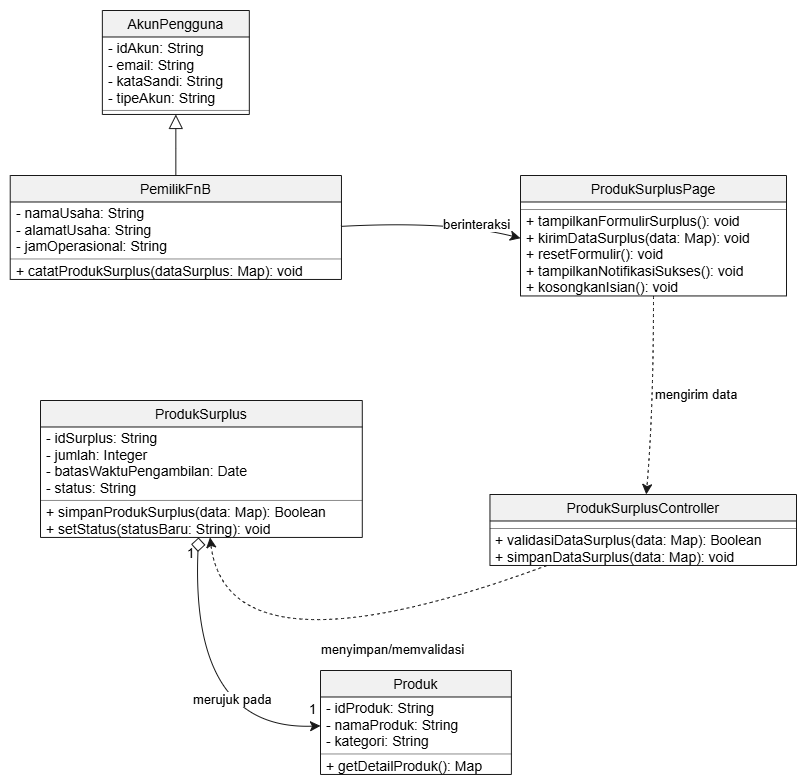
The draw.io diagram docs/M8/assets/diagram/Gambar 3.6.3. Diagram Kelas Mencatat Produk Surplus.png in Edbertf/IF2150-RPL-K03-G08, before a commit. Source tidied: cells renumbered, new cells last; positions are measured from the earlier drawing's top-left corner, leaving out a move shared by most shapes.
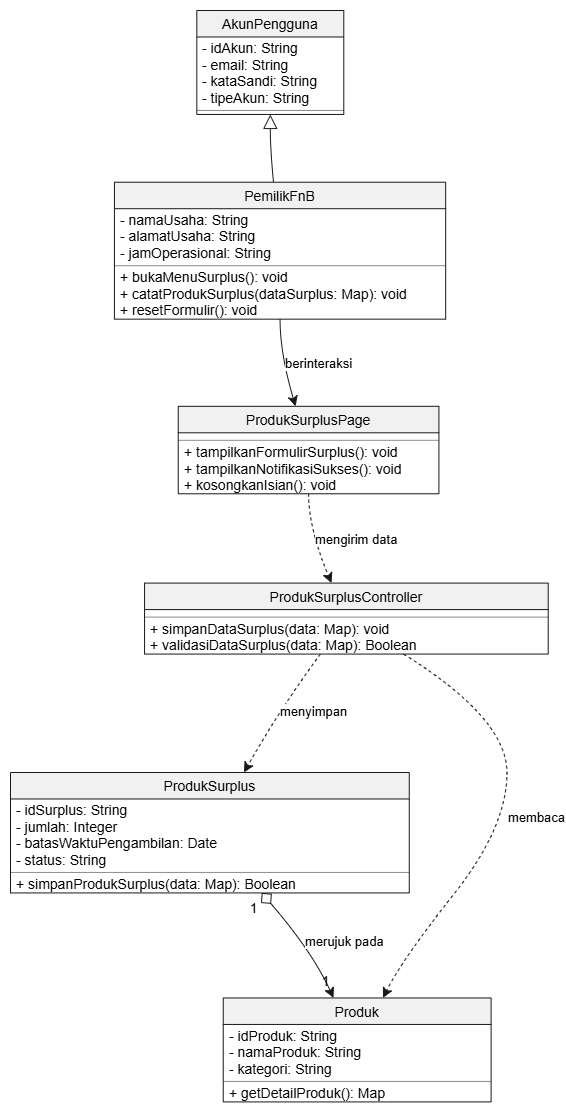
The same diagram one commit later.

Change to the diagram source:
```diff
@@ -6,7 +6,7 @@
       <mxGeometry as="geometry" />
     </mxCell>
     <mxCell id="3" value="AkunPengguna" style="swimlane;fontStyle=0;align=center;fontSize=14;fontColor=#000000;startSize=26.49;spacingLeft=0;fillColor=#F1F1F1;strokeColor=#181818;horizontal=1;" parent="2" vertex="1">
-      <mxGeometry x="111.9" y="30" width="147" height="104" as="geometry" />
+      <mxGeometry x="216.3" y="30" width="147" height="104" as="geometry" />
     </mxCell>
     <mxCell id="4" value="- idAkun: String" style="text;html=1;align=left;verticalAlign=middle;spacingLeft=4;spacingRight=4;fillColor=none;strokeColor=none;fontSize=14;fontColor=#000000;fontStyle=0;whiteSpace=wrap;" parent="3" vertex="1">
       <mxGeometry y="30" width="147" height="16.5" as="geometry" />
@@ -24,7 +24,7 @@
       <mxGeometry y="96" width="147" height="8" as="geometry" />
     </mxCell>
     <mxCell id="9" value="PemilikFnB" style="swimlane;fontStyle=0;align=center;fontSize=14;fontColor=#000000;startSize=26.49;spacingLeft=0;fillColor=#F1F1F1;strokeColor=#181818;horizontal=1;" parent="2" vertex="1">
-      <mxGeometry x="19.7" y="195" width="331.2" height="104" as="geometry" />
+      <mxGeometry x="133.9" y="201.7" width="331.2" height="136.9" as="geometry" />
     </mxCell>
     <mxCell id="10" value="- namaUsaha: String" style="text;html=1;align=left;verticalAlign=middle;spacingLeft=4;spacingRight=4;fillColor=none;strokeColor=none;fontSize=14;fontColor=#000000;fontStyle=0;whiteSpace=wrap;" parent="9" vertex="1">
       <mxGeometry y="30" width="331.2" height="16.5" as="geometry" />
@@ -38,129 +38,134 @@
     <mxCell id="13" style="line;strokeWidth=0.5;strokeColor=#181818;fillColor=none;align=left;verticalAlign=middle;labelPosition=right;" parent="9" vertex="1">
       <mxGeometry y="79.5" width="331.2" height="8" as="geometry" />
     </mxCell>
+    <mxCell id="47" value="+ bukaMenuSurplus(): void" style="text;html=1;align=left;verticalAlign=middle;spacingLeft=4;spacingRight=4;fillColor=none;strokeColor=none;fontSize=14;fontColor=#000000;fontStyle=0;whiteSpace=wrap;" parent="9" vertex="1">
+      <mxGeometry y="87.5" width="331.2" height="16.5" as="geometry" />
+    </mxCell>
     <mxCell id="14" value="+ catatProdukSurplus(dataSurplus: Map): void" style="text;html=1;align=left;verticalAlign=middle;spacingLeft=4;spacingRight=4;fillColor=none;strokeColor=none;fontSize=14;fontColor=#000000;fontStyle=0;whiteSpace=wrap;" parent="9" vertex="1">
-      <mxGeometry y="87.5" width="331.2" height="16.5" as="geometry" />
+      <mxGeometry y="104" width="331.2" height="16.5" as="geometry" />
     </mxCell>
+    <mxCell id="19" value="+ resetFormulir(): void" style="text;html=1;align=left;verticalAlign=middle;spacingLeft=4;spacingRight=4;fillColor=none;strokeColor=none;fontSize=14;fontColor=#000000;fontStyle=0;whiteSpace=wrap;" parent="9" vertex="1">
+      <mxGeometry y="120.4" width="331.2" height="16.5" as="geometry" />
+    </mxCell>
     <mxCell id="15" value="ProdukSurplusPage" style="swimlane;fontStyle=0;align=center;fontSize=14;fontColor=#000000;startSize=26.49;spacingLeft=0;fillColor=#F1F1F1;strokeColor=#181818;horizontal=1;" parent="2" vertex="1">
-      <mxGeometry x="530" y="195" width="266" height="120.4" as="geometry" />
+      <mxGeometry x="197.7" y="425.8" width="260.7" height="87.5" as="geometry" />
     </mxCell>
-    <mxCell id="16" style="line;strokeWidth=0.5;strokeColor=#181818;fillColor=none;align=left;verticalAlign=middle;labelPosition=right;" parent="15" vertex="1">
-      <mxGeometry y="30" width="266" height="8" as="geometry" />
-    </mxCell>
+    <mxCell id="48" style="line;strokeWidth=0.5;strokeColor=#181818;fillColor=none;align=left;verticalAlign=middle;labelPosition=right;" parent="15" vertex="1">
+      <mxGeometry y="30" width="260.7" height="8" as="geometry" />
+    </mxCell>
     <mxCell id="17" value="+ tampilkanFormulirSurplus(): void" style="text;html=1;align=left;verticalAlign=middle;spacingLeft=4;spacingRight=4;fillColor=none;strokeColor=none;fontSize=14;fontColor=#000000;fontStyle=0;whiteSpace=wrap;" parent="15" vertex="1">
-      <mxGeometry y="38" width="266" height="16.5" as="geometry" />
+      <mxGeometry y="38" width="260.7" height="16.5" as="geometry" />
     </mxCell>
-    <mxCell id="18" value="+ kirimDataSurplus(data: Map): void" style="text;html=1;align=left;verticalAlign=middle;spacingLeft=4;spacingRight=4;fillColor=none;strokeColor=none;fontSize=14;fontColor=#000000;fontStyle=0;points=[[0,0.5],[1,0.5]];portConstraint=eastwest;whiteSpace=wrap;" parent="15" vertex="1">
-      <mxGeometry y="54.5" width="266" height="16.5" as="geometry" />
-    </mxCell>
-    <mxCell id="19" value="+ resetFormulir(): void" style="text;html=1;align=left;verticalAlign=middle;spacingLeft=4;spacingRight=4;fillColor=none;strokeColor=none;fontSize=14;fontColor=#000000;fontStyle=0;whiteSpace=wrap;" parent="15" vertex="1">
-      <mxGeometry y="71" width="266" height="16.5" as="geometry" />
-    </mxCell>
     <mxCell id="20" value="+ tampilkanNotifikasiSukses(): void" style="text;html=1;align=left;verticalAlign=middle;spacingLeft=4;spacingRight=4;fillColor=none;strokeColor=none;fontSize=14;fontColor=#000000;fontStyle=0;whiteSpace=wrap;" parent="15" vertex="1">
-      <mxGeometry y="87.5" width="266" height="16.5" as="geometry" />
+      <mxGeometry y="54.5" width="260.7" height="16.5" as="geometry" />
     </mxCell>
     <mxCell id="21" value="+ kosongkanIsian(): void" style="text;html=1;align=left;verticalAlign=middle;spacingLeft=4;spacingRight=4;fillColor=none;strokeColor=none;fontSize=14;fontColor=#000000;fontStyle=0;whiteSpace=wrap;" parent="15" vertex="1">
-      <mxGeometry y="104" width="266" height="16.5" as="geometry" />
+      <mxGeometry y="71" width="260.7" height="16.5" as="geometry" />
     </mxCell>
     <mxCell id="22" value="ProdukSurplusController" style="swimlane;fontStyle=0;align=center;fontSize=14;fontColor=#000000;startSize=26.49;spacingLeft=0;fillColor=#F1F1F1;strokeColor=#181818;horizontal=1;" parent="2" vertex="1">
-      <mxGeometry x="499.5" y="514" width="306.5" height="71" as="geometry" />
+      <mxGeometry x="164.1" y="602.6" width="403.7" height="71" as="geometry" />
     </mxCell>
-    <mxCell id="23" style="line;strokeWidth=0.5;strokeColor=#181818;fillColor=none;align=left;verticalAlign=middle;labelPosition=right;" parent="22" vertex="1">
-      <mxGeometry y="30" width="306.5" height="8" as="geometry" />
-    </mxCell>
+    <mxCell id="49" style="line;strokeWidth=0.5;strokeColor=#181818;fillColor=none;align=left;verticalAlign=middle;labelPosition=right;" parent="22" vertex="1">
+      <mxGeometry y="30" width="403.7" height="8" as="geometry" />
+    </mxCell>
+    <mxCell id="25" value="+ simpanDataSurplus(data: Map): void" style="text;html=1;align=left;verticalAlign=middle;spacingLeft=4;spacingRight=4;fillColor=none;strokeColor=none;fontSize=14;fontColor=#000000;fontStyle=0;whiteSpace=wrap;" parent="22" vertex="1">
+      <mxGeometry y="38" width="403.7" height="16.5" as="geometry" />
+    </mxCell>
     <mxCell id="24" value="+ validasiDataSurplus(data: Map): Boolean" style="text;html=1;align=left;verticalAlign=middle;spacingLeft=4;spacingRight=4;fillColor=none;strokeColor=none;fontSize=14;fontColor=#000000;fontStyle=0;whiteSpace=wrap;" parent="22" vertex="1">
-      <mxGeometry y="38" width="306.5" height="16.5" as="geometry" />
+      <mxGeometry y="54.5" width="403.7" height="16.5" as="geometry" />
     </mxCell>
-    <mxCell id="25" value="+ simpanDataSurplus(data: Map): void" style="text;html=1;align=left;verticalAlign=middle;spacingLeft=4;spacingRight=4;fillColor=none;strokeColor=none;fontSize=14;fontColor=#000000;fontStyle=0;whiteSpace=wrap;" parent="22" vertex="1">
-      <mxGeometry y="54.5" width="306.5" height="16.5" as="geometry" />
-    </mxCell>
     <mxCell id="26" value="ProdukSurplus" style="swimlane;fontStyle=0;align=center;fontSize=14;fontColor=#000000;startSize=26.49;spacingLeft=0;fillColor=#F1F1F1;strokeColor=#181818;horizontal=1;" parent="2" vertex="1">
-      <mxGeometry x="50" y="420" width="321.8" height="136.9" as="geometry" />
+      <mxGeometry x="30" y="792" width="398.8" height="120.4" as="geometry" />
     </mxCell>
     <mxCell id="27" value="- idSurplus: String" style="text;html=1;align=left;verticalAlign=middle;spacingLeft=4;spacingRight=4;fillColor=none;strokeColor=none;fontSize=14;fontColor=#000000;fontStyle=0;whiteSpace=wrap;" parent="26" vertex="1">
-      <mxGeometry y="30" width="321.8" height="16.5" as="geometry" />
+      <mxGeometry y="30" width="398.8" height="16.5" as="geometry" />
     </mxCell>
     <mxCell id="28" value="- jumlah: Integer" style="text;html=1;align=left;verticalAlign=middle;spacingLeft=4;spacingRight=4;fillColor=none;strokeColor=none;fontSize=14;fontColor=#000000;fontStyle=0;whiteSpace=wrap;" parent="26" vertex="1">
-      <mxGeometry y="46.5" width="321.8" height="16.5" as="geometry" />
+      <mxGeometry y="46.5" width="398.8" height="16.5" as="geometry" />
     </mxCell>
     <mxCell id="29" value="- batasWaktuPengambilan: Date" style="text;html=1;align=left;verticalAlign=middle;spacingLeft=4;spacingRight=4;fillColor=none;strokeColor=none;fontSize=14;fontColor=#000000;fontStyle=0;whiteSpace=wrap;" parent="26" vertex="1">
-      <mxGeometry y="63" width="321.8" height="16.5" as="geometry" />
+      <mxGeometry y="63" width="398.8" height="16.5" as="geometry" />
     </mxCell>
     <mxCell id="30" value="- status: String" style="text;html=1;align=left;verticalAlign=middle;spacingLeft=4;spacingRight=4;fillColor=none;strokeColor=none;fontSize=14;fontColor=#000000;fontStyle=0;whiteSpace=wrap;" parent="26" vertex="1">
-      <mxGeometry y="79.5" width="321.8" height="16.5" as="geometry" />
+      <mxGeometry y="79.5" width="398.8" height="16.5" as="geometry" />
     </mxCell>
-    <mxCell id="31" style="line;strokeWidth=0.5;strokeColor=#181818;fillColor=none;align=left;verticalAlign=middle;labelPosition=right;" parent="26" vertex="1">
-      <mxGeometry y="96" width="321.8" height="8" as="geometry" />
-    </mxCell>
+    <mxCell id="50" style="line;strokeWidth=0.5;strokeColor=#181818;fillColor=none;align=left;verticalAlign=middle;labelPosition=right;" parent="26" vertex="1">
+      <mxGeometry y="96" width="398.8" height="8" as="geometry" />
+    </mxCell>
     <mxCell id="32" value="+ simpanProdukSurplus(data: Map): Boolean" style="text;html=1;align=left;verticalAlign=middle;spacingLeft=4;spacingRight=4;fillColor=none;strokeColor=none;fontSize=14;fontColor=#000000;fontStyle=0;whiteSpace=wrap;" parent="26" vertex="1">
-      <mxGeometry y="104" width="321.8" height="16.5" as="geometry" />
+      <mxGeometry y="104" width="398.8" height="16.5" as="geometry" />
     </mxCell>
-    <mxCell id="33" value="+ setStatus(statusBaru: String): void" style="text;html=1;align=left;verticalAlign=middle;spacingLeft=4;spacingRight=4;fillColor=none;strokeColor=none;fontSize=14;fontColor=#000000;fontStyle=0;whiteSpace=wrap;" parent="26" vertex="1">
-      <mxGeometry y="120.4" width="321.8" height="16.5" as="geometry" />
-    </mxCell>
     <mxCell id="34" value="Produk" style="swimlane;fontStyle=0;align=center;fontSize=14;fontColor=#000000;startSize=26.49;spacingLeft=0;fillColor=#F1F1F1;strokeColor=#181818;horizontal=1;" parent="2" vertex="1">
-      <mxGeometry x="330" y="690" width="190.9" height="104" as="geometry" />
+      <mxGeometry x="242.7" y="1017.5" width="267.9" height="104" as="geometry" />
     </mxCell>
     <mxCell id="35" value="- idProduk: String" style="text;html=1;align=left;verticalAlign=middle;spacingLeft=4;spacingRight=4;fillColor=none;strokeColor=none;fontSize=14;fontColor=#000000;fontStyle=0;whiteSpace=wrap;" parent="34" vertex="1">
-      <mxGeometry y="30" width="190.9" height="16.5" as="geometry" />
+      <mxGeometry y="30" width="267.9" height="16.5" as="geometry" />
     </mxCell>
     <mxCell id="36" value="- namaProduk: String" style="text;html=1;align=left;verticalAlign=middle;spacingLeft=4;spacingRight=4;fillColor=none;strokeColor=none;fontSize=14;fontColor=#000000;fontStyle=0;whiteSpace=wrap;" parent="34" vertex="1">
-      <mxGeometry y="46.5" width="190.9" height="16.5" as="geometry" />
+      <mxGeometry y="46.5" width="267.9" height="16.5" as="geometry" />
     </mxCell>
     <mxCell id="37" value="- kategori: String" style="text;html=1;align=left;verticalAlign=middle;spacingLeft=4;spacingRight=4;fillColor=none;strokeColor=none;fontSize=14;fontColor=#000000;fontStyle=0;whiteSpace=wrap;" parent="34" vertex="1">
-      <mxGeometry y="63" width="190.9" height="16.5" as="geometry" />
+      <mxGeometry y="63" width="267.9" height="16.5" as="geometry" />
     </mxCell>
-    <mxCell id="38" style="line;strokeWidth=0.5;strokeColor=#181818;fillColor=none;align=left;verticalAlign=middle;labelPosition=right;" parent="34" vertex="1">
-      <mxGeometry y="79.5" width="190.9" height="8" as="geometry" />
-    </mxCell>
+    <mxCell id="51" style="line;strokeWidth=0.5;strokeColor=#181818;fillColor=none;align=left;verticalAlign=middle;labelPosition=right;" parent="34" vertex="1">
+      <mxGeometry y="79.5" width="267.9" height="8" as="geometry" />
+    </mxCell>
     <mxCell id="39" value="+ getDetailProduk(): Map" style="text;html=1;align=left;verticalAlign=middle;spacingLeft=4;spacingRight=4;fillColor=none;strokeColor=none;fontSize=14;fontColor=#000000;fontStyle=0;whiteSpace=wrap;" parent="34" vertex="1">
-      <mxGeometry y="87.5" width="190.9" height="16.5" as="geometry" />
+      <mxGeometry y="87.5" width="267.9" height="16.5" as="geometry" />
     </mxCell>
     <mxCell id="40" style="endArrow=block;endFill=0;endSize=12;html=1;strokeColor=#181818;fontColor=#000000;fontSize=13;curved=1;rounded=0;sourcePerimeterSpacing=0;targetPerimeterSpacing=0;" parent="2" edge="1" source="9" target="3">
       <mxGeometry relative="1" as="geometry">
         <Array as="points">
-          <mxPoint x="185.3" y="168.4" />
+          <mxPoint x="289.8" y="168.4" />
         </Array>
       </mxGeometry>
     </mxCell>
-    <mxCell id="41" value="berinteraksi" style="endArrow=classic;endFill=1;endSize=8;html=1;strokeColor=#181818;fontColor=#000000;fontSize=13;labelPosition=right;align=left;curved=1;rounded=0;sourcePerimeterSpacing=0;targetPerimeterSpacing=0;entryX=0;entryY=0.5;entryDx=0;entryDy=0;" parent="2" edge="1" target="18">
-      <mxGeometry x="0.11" y="-3.34" relative="1" as="geometry">
-        <mxPoint x="350" y="245.9" as="sourcePoint" />
+    <mxCell id="41" value="berinteraksi" style="endArrow=classic;endFill=1;endSize=8;html=1;strokeColor=#181818;fontColor=#000000;fontSize=13;labelPosition=right;align=left;curved=1;rounded=0;sourcePerimeterSpacing=0;targetPerimeterSpacing=0;" parent="2" edge="1" source="9" target="15">
+      <mxGeometry relative="1" as="geometry">
         <Array as="points">
-          <mxPoint x="460" y="240" />
+          <mxPoint x="299.6" y="373.1" />
         </Array>
       </mxGeometry>
     </mxCell>
     <mxCell id="42" value="mengirim data" style="dashed=1;endArrow=classic;endFill=1;endSize=8;html=1;strokeColor=#181818;fontColor=#000000;fontSize=13;labelPosition=right;align=left;curved=1;rounded=0;sourcePerimeterSpacing=0;targetPerimeterSpacing=0;" parent="2" edge="1" source="15" target="22">
       <mxGeometry relative="1" as="geometry">
         <Array as="points">
-          <mxPoint x="663" y="430" />
+          <mxPoint x="328.1" y="547.8" />
         </Array>
       </mxGeometry>
     </mxCell>
-    <mxCell id="43" value="menyimpan/memvalidasi" style="dashed=1;endArrow=classic;endFill=1;endSize=8;html=1;strokeColor=#181818;fontColor=#000000;fontSize=13;labelPosition=right;align=left;curved=1;rounded=0;sourcePerimeterSpacing=0;targetPerimeterSpacing=0;" parent="2" edge="1" source="22" target="26">
+    <mxCell id="43" value="menyimpan" style="dashed=1;endArrow=classic;endFill=1;endSize=8;html=1;strokeColor=#181818;fontColor=#000000;fontSize=13;labelPosition=right;align=left;curved=1;rounded=0;sourcePerimeterSpacing=0;targetPerimeterSpacing=0;" parent="2" edge="1" source="22" target="26">
       <mxGeometry relative="1" as="geometry">
         <Array as="points">
-          <mxPoint x="237.8" y="702.6" />
+          <mxPoint x="298.6" y="729.8" />
         </Array>
       </mxGeometry>
     </mxCell>
+    <mxCell id="52" value="membaca" style="dashed=1;endArrow=classic;endFill=1;endSize=8;html=1;strokeColor=#181818;fontColor=#000000;fontSize=13;labelPosition=right;align=left;curved=1;rounded=0;sourcePerimeterSpacing=0;targetPerimeterSpacing=0;" parent="2" edge="1" source="22" target="34">
+      <mxGeometry relative="1" as="geometry">
+        <Array as="points">
+          <mxPoint x="526.5" y="737.8" />
+          <mxPoint x="526.5" y="846.5" />
+          <mxPoint x="421.3" y="979.5" />
+        </Array>
+      </mxGeometry>
+    </mxCell>
     <mxCell id="44" value="merujuk pada" style="startArrow=diamond;startFill=0;startSize=12;html=1;strokeColor=#181818;fontColor=#000000;fontSize=13;endArrow=classic;endFill=1;endSize=8;labelPosition=right;align=left;curved=1;rounded=0;sourcePerimeterSpacing=0;targetPerimeterSpacing=0;" parent="2" edge="1" source="26" target="34">
       <mxGeometry relative="1" as="geometry">
         <Array as="points">
-          <mxPoint x="200" y="750" />
+          <mxPoint x="332" y="971.5" />
         </Array>
       </mxGeometry>
     </mxCell>
-    <mxCell id="45" value="1" style="text;html=1;align=left;verticalAlign=middle;fillColor=none;strokeColor=none;fontSize=13;fontColor=#000000;" parent="44" vertex="1">
-      <mxGeometry x="-1" width="13" height="16" relative="1" as="geometry">
-        <mxPoint x="-13" y="7.9" as="offset" />
-      </mxGeometry>
-    </mxCell>
-    <mxCell id="46" value="1" style="text;html=1;align=left;verticalAlign=middle;fillColor=none;strokeColor=none;fontSize=13;fontColor=#000000;" parent="44" vertex="1">
-      <mxGeometry x="1" width="13" height="16" relative="1" as="geometry">
-        <mxPoint x="-13" y="-23.9" as="offset" />
-      </mxGeometry>
-    </mxCell>
+    <mxCell id="53" value="1" style="text;html=1;align=left;verticalAlign=middle;fillColor=none;strokeColor=none;fontSize=13;fontColor=#000000;" parent="44" vertex="1">
+      <mxGeometry x="-1" width="13" height="16" relative="1" as="geometry">
+        <mxPoint x="-13" y="7.9" as="offset" />
+      </mxGeometry>
+    </mxCell>
+    <mxCell id="54" value="1" style="text;html=1;align=left;verticalAlign=middle;fillColor=none;strokeColor=none;fontSize=13;fontColor=#000000;" parent="44" vertex="1">
+      <mxGeometry x="1" width="13" height="16" relative="1" as="geometry">
+        <mxPoint x="-13" y="-23.6" as="offset" />
+      </mxGeometry>
+    </mxCell>
   </root>
 </mxGraphModel>
```
